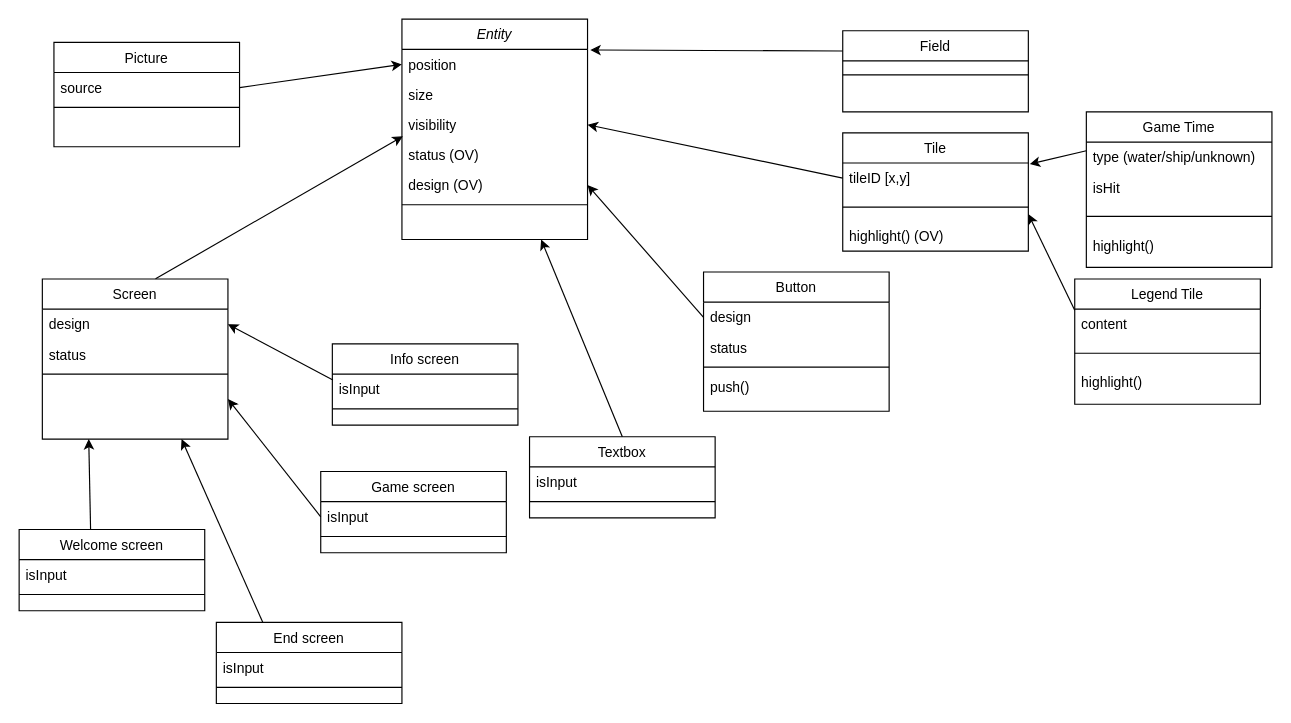
Earlier version of the draw.io diagram page "Design" (1 of 2) of test.drawio (Szaller99/BRSzT-Hazi-Torpedo-Tea-Szaller-Laci). Source tidied: cells renumbered, new cells numbered last; positions are measured from the earlier drawing's top-left corner, leaving out a move shared by most shapes. Both pictures are drawn from the tidied source at 116%, with x=0, y=0 at pixel (19, 19).
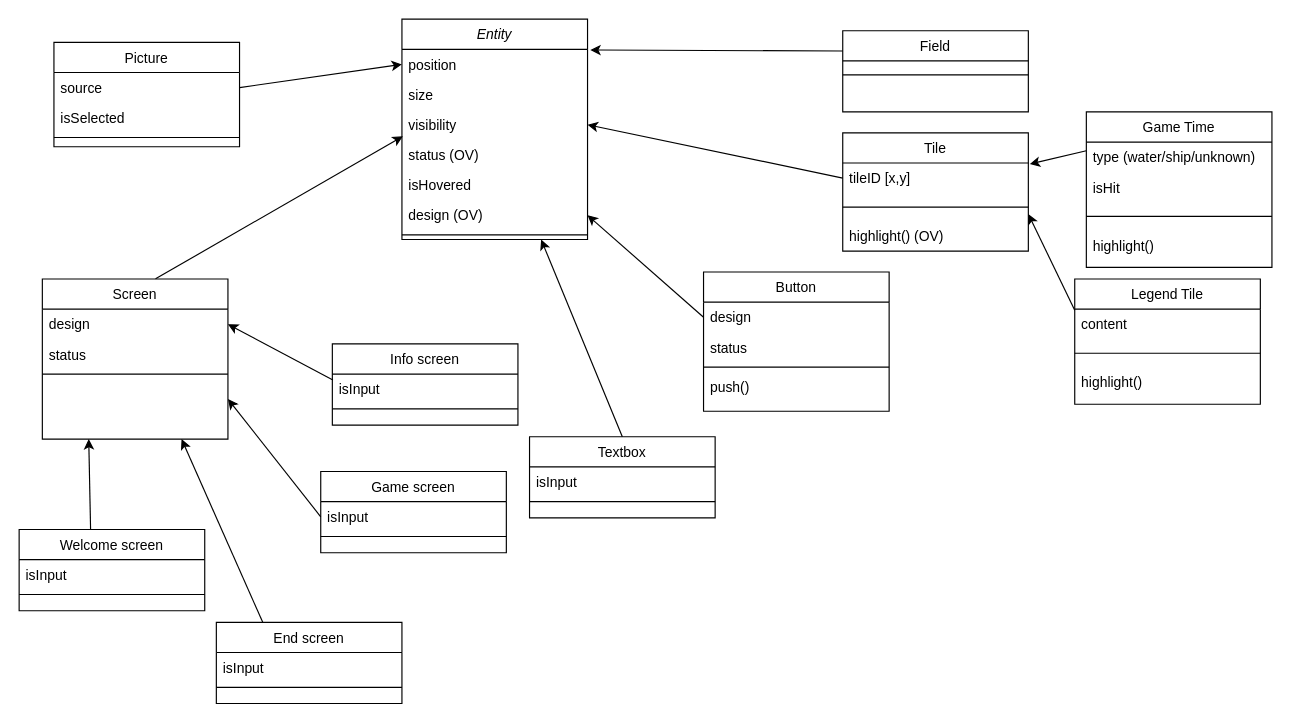
The same page after the edit.

Commit message:
uml added game logic

Unchanged cells that the change refers to:
```xml
<mxCell id="2" value="Entity" style="swimlane;fontStyle=2;align=center;verticalAlign=top;horizontal=1;startSize=26;rounded=0;shadow=0;strokeWidth=1;" parent="1" vertex="1">
  <mxGeometry x="330" width="160" height="190" as="geometry" />
</mxCell>
<mxCell id="59" value="Picture" style="swimlane;fontStyle=0;align=center;verticalAlign=top;horizontal=1;startSize=26;rounded=0;shadow=0;strokeWidth=1;" parent="1" vertex="1">
  <mxGeometry x="30" y="20" width="160" height="90" as="geometry" />
</mxCell>
```

Diff of the diagram source:
```diff
@@
+    <mxCell id="63" value="isHovered" style="text;align=left;verticalAlign=top;spacingLeft=4;spacingRight=4;overflow=hidden;rounded=0;shadow=0;html=0;" parent="2" vertex="1">
+      <mxGeometry y="130" width="160" height="26" as="geometry" />
+    </mxCell>
     <mxCell id="7" value="design (OV)" style="text;align=left;verticalAlign=top;spacingLeft=4;spacingRight=4;overflow=hidden;points=[[0,0.5],[1,0.5]];portConstraint=eastwest;rounded=0;shadow=0;html=0;" parent="2" vertex="1">
-      <mxGeometry y="130" width="160" height="26" as="geometry" />
+      <mxGeometry y="156" width="160" height="26" as="geometry" />
     </mxCell>
     <mxCell id="8" style="line;html=1;strokeWidth=1;align=left;verticalAlign=middle;spacingTop=-1;spacingLeft=3;spacingRight=3;labelPosition=right;" parent="2" vertex="1">
-      <mxGeometry y="156" width="160" height="8" as="geometry" />
+      <mxGeometry y="182" width="160" height="8" as="geometry" />
     </mxCell>
@@
+    <mxCell id="64" value="isSelected" style="text;align=left;verticalAlign=top;spacingLeft=4;spacingRight=4;overflow=hidden;rounded=0;shadow=0;html=0;" parent="59" vertex="1">
+      <mxGeometry y="52" width="160" height="26" as="geometry" />
+    </mxCell>
     <mxCell id="61" style="line;html=1;strokeWidth=1;align=left;verticalAlign=middle;spacingTop=-1;spacingLeft=3;spacingRight=3;labelPosition=right;" parent="59" vertex="1">
-      <mxGeometry y="52" width="160" height="8" as="geometry" />
+      <mxGeometry y="78" width="160" height="8" as="geometry" />
     </mxCell>
```
